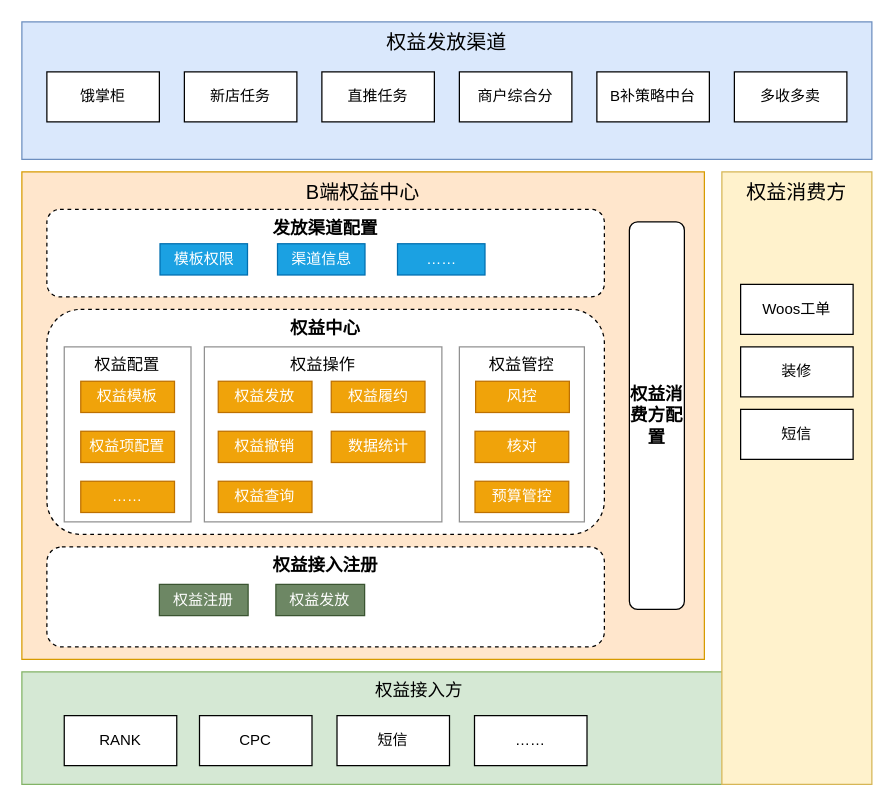
jon-kong/draw.io keeps this draw.io diagram as page "权益逻辑架构" (1 of 3) of 权益中心.drawio. Above is the earlier version. Source tidied: cells renumbered, new cells numbered last; positions are measured from the earlier drawing's top-left corner, leaving out a move shared by most shapes. Both pictures are drawn from the tidied source at 125%, with x=0, y=0 at pixel (21, 21).
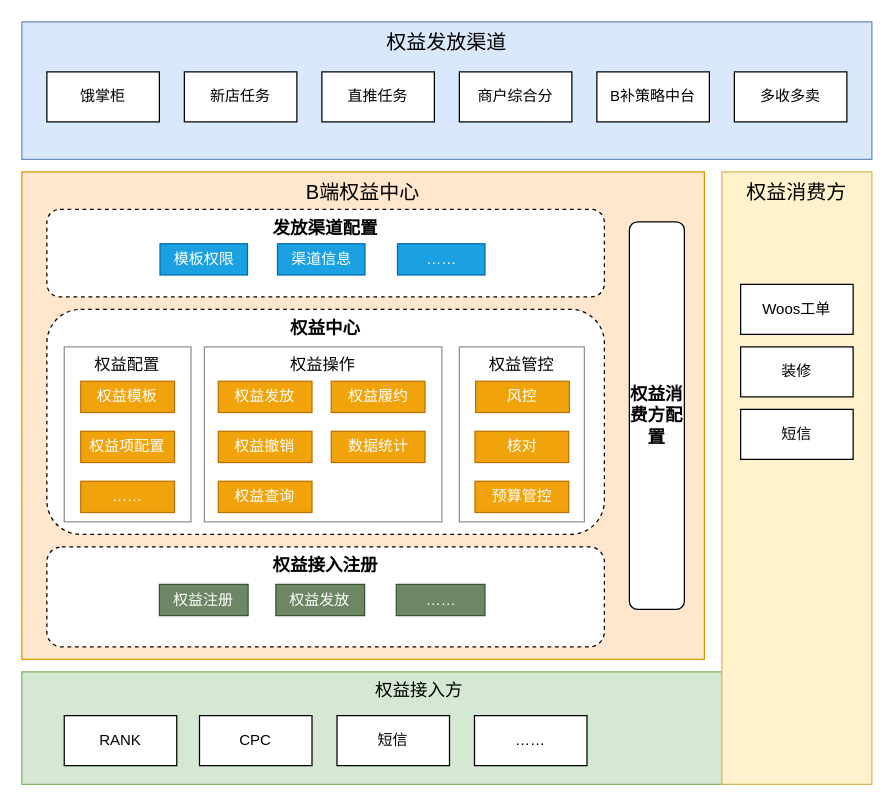
Above is the later version.

The edit, as a diff of the source:
```diff
@@
+    <mxCell id="42" value="……" style="rounded=0;whiteSpace=wrap;html=1;fillColor=#6d8764;strokeColor=#3A5431;fontColor=#ffffff;" parent="1" vertex="1">
+      <mxGeometry x="299.5" y="450" width="71" height="25" as="geometry" />
+    </mxCell>
```
